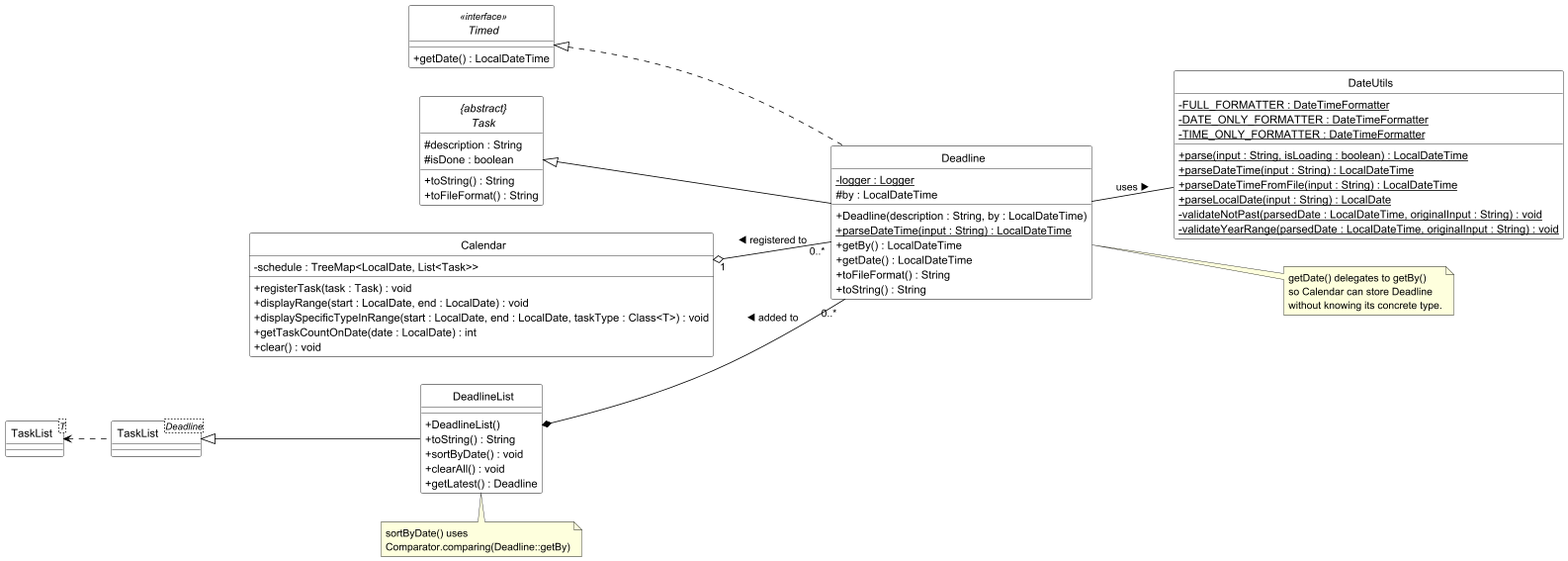
Earlier version of the PlantUML export docs/pictures/deadlineClassDiagram.png (marken9/tp).
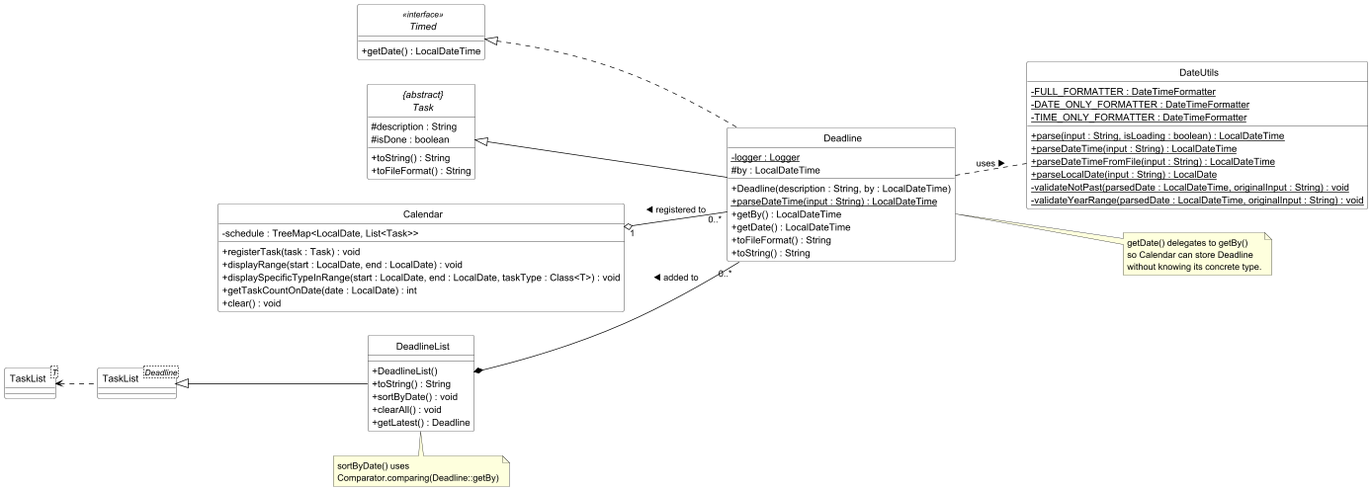
The same diagram one commit later.

What changed in the source:
```diff
@@ -73,7 +73,7 @@
 TaskListT <.. TaskListDeadline
 TaskListDeadline <|-- DeadlineList
 DeadlineList *-- "0..*" Deadline :  ◀ added to
-Deadline -- DateUtils : uses ▶
+Deadline .. DateUtils : uses ▶
 Calendar "1" o-- "0..*" Deadline : ◀ registered to
 
 note right of Deadline
```
